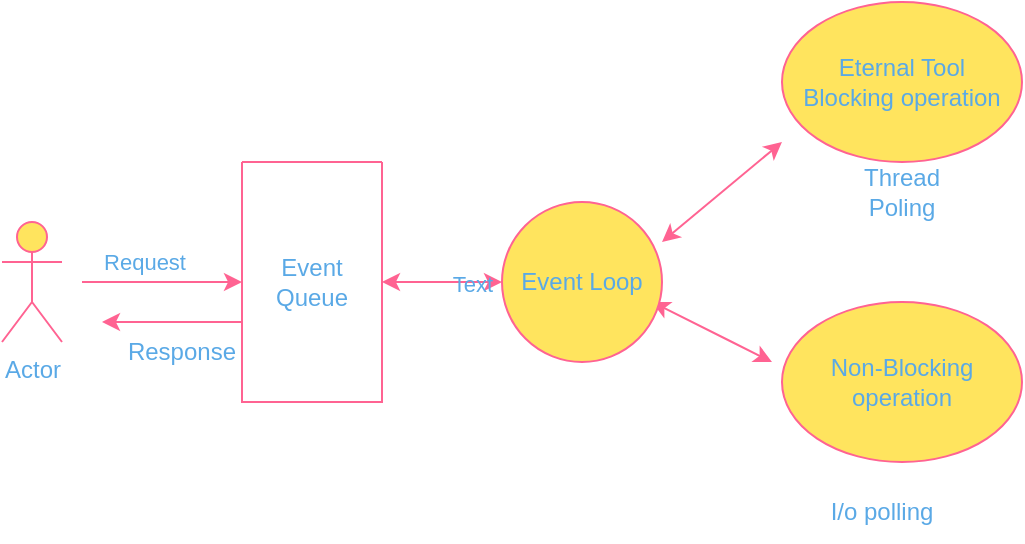
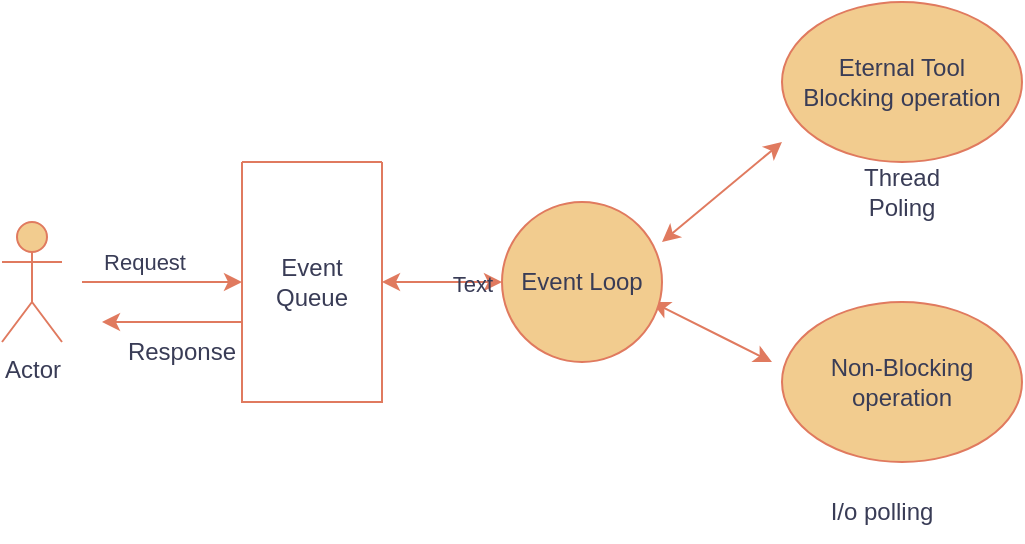
<mxfile host="app.diagrams.net">
  <diagram name="Page-1" id="NSjihaNpGQwprMJrOrxz">
    <mxGraphModel dx="774" dy="463" grid="1" gridSize="10" guides="1" tooltips="1" connect="1" arrows="1" fold="1" page="1" pageScale="1" pageWidth="850" pageHeight="1100" math="0" shadow="0">
      <root>
        <mxCell id="0" />
        <mxCell id="1" parent="0" />
        <object label="Actor" User="" id="YzhM3cR8ovuckeq70iX2-1">
-           <mxCell parent="1" style="shape=umlActor;verticalLabelPosition=bottom;verticalAlign=top;html=1;outlineConnect=0;labelBackgroundColor=none;fillColor=#FFE45E;strokeColor=#FF6392;fontColor=#5AA9E6;" vertex="1">
+           <mxCell parent="1" style="shape=umlActor;verticalLabelPosition=bottom;verticalAlign=top;html=1;outlineConnect=0;labelBackgroundColor=none;fillColor=#F2CC8F;strokeColor=#E07A5F;fontColor=#393C56;" vertex="1">
            <mxGeometry height="60" width="30" x="70" y="190" as="geometry" />
          </mxCell>
        </object>
-         <mxCell id="YzhM3cR8ovuckeq70iX2-2" edge="1" parent="1" style="endArrow=classic;html=1;rounded=0;labelBackgroundColor=none;strokeColor=#FF6392;fontColor=default;" value="">
+         <mxCell id="YzhM3cR8ovuckeq70iX2-2" edge="1" parent="1" style="endArrow=classic;html=1;rounded=0;labelBackgroundColor=none;strokeColor=#E07A5F;fontColor=default;" value="">
          <mxGeometry relative="1" as="geometry">
            <mxPoint x="110" y="220" as="sourcePoint" />
            <mxPoint x="190" y="220" as="targetPoint" />
          </mxGeometry>
        </mxCell>
-         <mxCell id="YzhM3cR8ovuckeq70iX2-22" connectable="0" parent="YzhM3cR8ovuckeq70iX2-2" style="edgeLabel;html=1;align=center;verticalAlign=middle;resizable=0;points=[];labelBackgroundColor=none;fontColor=#5AA9E6;" value="Request" vertex="1">
+         <mxCell id="YzhM3cR8ovuckeq70iX2-22" connectable="0" parent="YzhM3cR8ovuckeq70iX2-2" style="edgeLabel;html=1;align=center;verticalAlign=middle;resizable=0;points=[];labelBackgroundColor=none;fontColor=#393C56;" value="Request" vertex="1">
          <mxGeometry relative="1" x="-0.225" y="3" as="geometry">
            <mxPoint y="-7" as="offset" />
          </mxGeometry>
        </mxCell>
-         <mxCell id="YzhM3cR8ovuckeq70iX2-9" parent="1" style="swimlane;startSize=0;labelBackgroundColor=none;fillColor=#FFE45E;strokeColor=#FF6392;fontColor=#5AA9E6;" value="" vertex="1">
+         <mxCell id="YzhM3cR8ovuckeq70iX2-9" parent="1" style="swimlane;startSize=0;labelBackgroundColor=none;fillColor=#F2CC8F;strokeColor=#E07A5F;fontColor=#393C56;" value="" vertex="1">
          <mxGeometry height="120" width="70" x="190" y="160" as="geometry">
            <mxRectangle height="40" width="50" x="190" y="160" as="alternateBounds" />
          </mxGeometry>
        </mxCell>
-         <mxCell id="YzhM3cR8ovuckeq70iX2-10" parent="YzhM3cR8ovuckeq70iX2-9" style="text;html=1;whiteSpace=wrap;strokeColor=none;fillColor=none;align=center;verticalAlign=middle;rounded=0;labelBackgroundColor=none;fontColor=#5AA9E6;" value="Event&lt;br&gt;Queue" vertex="1">
+         <mxCell id="YzhM3cR8ovuckeq70iX2-10" parent="YzhM3cR8ovuckeq70iX2-9" style="text;html=1;whiteSpace=wrap;strokeColor=none;fillColor=none;align=center;verticalAlign=middle;rounded=0;labelBackgroundColor=none;fontColor=#393C56;" value="Event&lt;br&gt;Queue" vertex="1">
          <mxGeometry height="30" width="60" x="5" y="45" as="geometry" />
        </mxCell>
-         <mxCell id="YzhM3cR8ovuckeq70iX2-18" parent="1" style="ellipse;whiteSpace=wrap;html=1;labelBackgroundColor=none;fillColor=#FFE45E;strokeColor=#FF6392;fontColor=#5AA9E6;" value="Eternal Tool&lt;br&gt;Blocking operation" vertex="1">
+         <mxCell id="YzhM3cR8ovuckeq70iX2-18" parent="1" style="ellipse;whiteSpace=wrap;html=1;labelBackgroundColor=none;fillColor=#F2CC8F;strokeColor=#E07A5F;fontColor=#393C56;" value="Eternal Tool&lt;br&gt;Blocking operation" vertex="1">
          <mxGeometry height="80" width="120" x="460" y="80" as="geometry" />
        </mxCell>
-         <mxCell id="YzhM3cR8ovuckeq70iX2-19" parent="1" style="ellipse;whiteSpace=wrap;html=1;labelBackgroundColor=none;fillColor=#FFE45E;strokeColor=#FF6392;fontColor=#5AA9E6;" value="Non-Blocking operation" vertex="1">
+         <mxCell id="YzhM3cR8ovuckeq70iX2-19" parent="1" style="ellipse;whiteSpace=wrap;html=1;labelBackgroundColor=none;fillColor=#F2CC8F;strokeColor=#E07A5F;fontColor=#393C56;" value="Non-Blocking operation" vertex="1">
          <mxGeometry height="80" width="120" x="460" y="230" as="geometry" />
        </mxCell>
-         <mxCell id="YzhM3cR8ovuckeq70iX2-23" edge="1" parent="1" style="endArrow=classic;startArrow=classic;html=1;rounded=0;labelBackgroundColor=none;strokeColor=#FF6392;fontColor=default;" value="">
+         <mxCell id="YzhM3cR8ovuckeq70iX2-23" edge="1" parent="1" style="endArrow=classic;startArrow=classic;html=1;rounded=0;labelBackgroundColor=none;strokeColor=#E07A5F;fontColor=default;" value="">
          <mxGeometry height="50" relative="1" width="50" as="geometry">
            <mxPoint x="400" y="200" as="sourcePoint" />
            <mxPoint x="460" y="150" as="targetPoint" />
          </mxGeometry>
        </mxCell>
-         <mxCell id="YzhM3cR8ovuckeq70iX2-24" edge="1" parent="1" style="endArrow=classic;startArrow=classic;html=1;rounded=0;labelBackgroundColor=none;strokeColor=#FF6392;fontColor=default;" value="">
+         <mxCell id="YzhM3cR8ovuckeq70iX2-24" edge="1" parent="1" style="endArrow=classic;startArrow=classic;html=1;rounded=0;labelBackgroundColor=none;strokeColor=#E07A5F;fontColor=default;" value="">
          <mxGeometry height="50" relative="1" width="50" as="geometry">
            <Array as="points">
              <mxPoint x="435" y="250" />
            </Array>
            <mxPoint x="395" y="230" as="sourcePoint" />
            <mxPoint x="455" y="260" as="targetPoint" />
          </mxGeometry>
        </mxCell>
-         <mxCell id="YzhM3cR8ovuckeq70iX2-26" edge="1" parent="1" style="endArrow=classic;startArrow=classic;html=1;rounded=0;labelBackgroundColor=none;strokeColor=#FF6392;fontColor=default;" value="">
+         <mxCell id="YzhM3cR8ovuckeq70iX2-26" edge="1" parent="1" style="endArrow=classic;startArrow=classic;html=1;rounded=0;labelBackgroundColor=none;strokeColor=#E07A5F;fontColor=default;" value="">
          <mxGeometry height="50" relative="1" width="50" as="geometry">
            <mxPoint x="260" y="220" as="sourcePoint" />
            <mxPoint x="320" y="220" as="targetPoint" />
          </mxGeometry>
        </mxCell>
-         <mxCell id="Efn4-944lIpWqtwPacT2-1" connectable="0" parent="YzhM3cR8ovuckeq70iX2-26" style="edgeLabel;html=1;align=center;verticalAlign=middle;resizable=0;points=[];labelBackgroundColor=none;fontColor=#5AA9E6;" value="Text" vertex="1">
+         <mxCell id="Efn4-944lIpWqtwPacT2-1" connectable="0" parent="YzhM3cR8ovuckeq70iX2-26" style="edgeLabel;html=1;align=center;verticalAlign=middle;resizable=0;points=[];labelBackgroundColor=none;fontColor=#393C56;" value="Text" vertex="1">
          <mxGeometry relative="1" x="0.5" y="-1" as="geometry">
            <mxPoint as="offset" />
          </mxGeometry>
        </mxCell>
-         <mxCell id="YzhM3cR8ovuckeq70iX2-27" parent="1" style="ellipse;whiteSpace=wrap;html=1;aspect=fixed;labelBackgroundColor=none;fillColor=#FFE45E;strokeColor=#FF6392;fontColor=#5AA9E6;" value="Event Loop" vertex="1">
+         <mxCell id="YzhM3cR8ovuckeq70iX2-27" parent="1" style="ellipse;whiteSpace=wrap;html=1;aspect=fixed;labelBackgroundColor=none;fillColor=#F2CC8F;strokeColor=#E07A5F;fontColor=#393C56;" value="Event Loop" vertex="1">
          <mxGeometry height="80" width="80" x="320" y="180" as="geometry" />
        </mxCell>
-         <mxCell id="YzhM3cR8ovuckeq70iX2-28" edge="1" parent="1" style="endArrow=classic;html=1;rounded=0;labelBackgroundColor=none;strokeColor=#FF6392;fontColor=default;" value="">
+         <mxCell id="YzhM3cR8ovuckeq70iX2-28" edge="1" parent="1" style="endArrow=classic;html=1;rounded=0;labelBackgroundColor=none;strokeColor=#E07A5F;fontColor=default;" value="">
          <mxGeometry height="50" relative="1" width="50" as="geometry">
            <mxPoint x="190" y="240" as="sourcePoint" />
            <mxPoint x="120" y="240" as="targetPoint" />
          </mxGeometry>
        </mxCell>
-         <mxCell id="YzhM3cR8ovuckeq70iX2-29" parent="1" style="text;html=1;whiteSpace=wrap;strokeColor=none;fillColor=none;align=center;verticalAlign=middle;rounded=0;labelBackgroundColor=none;fontColor=#5AA9E6;" value="Response" vertex="1">
+         <mxCell id="YzhM3cR8ovuckeq70iX2-29" parent="1" style="text;html=1;whiteSpace=wrap;strokeColor=none;fillColor=none;align=center;verticalAlign=middle;rounded=0;labelBackgroundColor=none;fontColor=#393C56;" value="Response" vertex="1">
          <mxGeometry height="30" width="60" x="130" y="240" as="geometry" />
        </mxCell>
-         <mxCell id="YzhM3cR8ovuckeq70iX2-36" parent="1" style="text;html=1;whiteSpace=wrap;strokeColor=none;fillColor=none;align=center;verticalAlign=middle;rounded=0;labelBackgroundColor=none;fontColor=#5AA9E6;" value="I/o polling" vertex="1">
+         <mxCell id="YzhM3cR8ovuckeq70iX2-36" parent="1" style="text;html=1;whiteSpace=wrap;strokeColor=none;fillColor=none;align=center;verticalAlign=middle;rounded=0;labelBackgroundColor=none;fontColor=#393C56;" value="I/o polling" vertex="1">
          <mxGeometry height="30" width="60" x="480" y="320" as="geometry" />
        </mxCell>
-         <mxCell id="YzhM3cR8ovuckeq70iX2-37" parent="1" style="text;html=1;whiteSpace=wrap;strokeColor=none;fillColor=none;align=center;verticalAlign=middle;rounded=0;labelBackgroundColor=none;fontColor=#5AA9E6;" value="Thread Poling" vertex="1">
+         <mxCell id="YzhM3cR8ovuckeq70iX2-37" parent="1" style="text;html=1;whiteSpace=wrap;strokeColor=none;fillColor=none;align=center;verticalAlign=middle;rounded=0;labelBackgroundColor=none;fontColor=#393C56;" value="Thread Poling" vertex="1">
          <mxGeometry height="30" width="60" x="490" y="160" as="geometry" />
        </mxCell>
      </root>
    </mxGraphModel>
  </diagram>
</mxfile>
